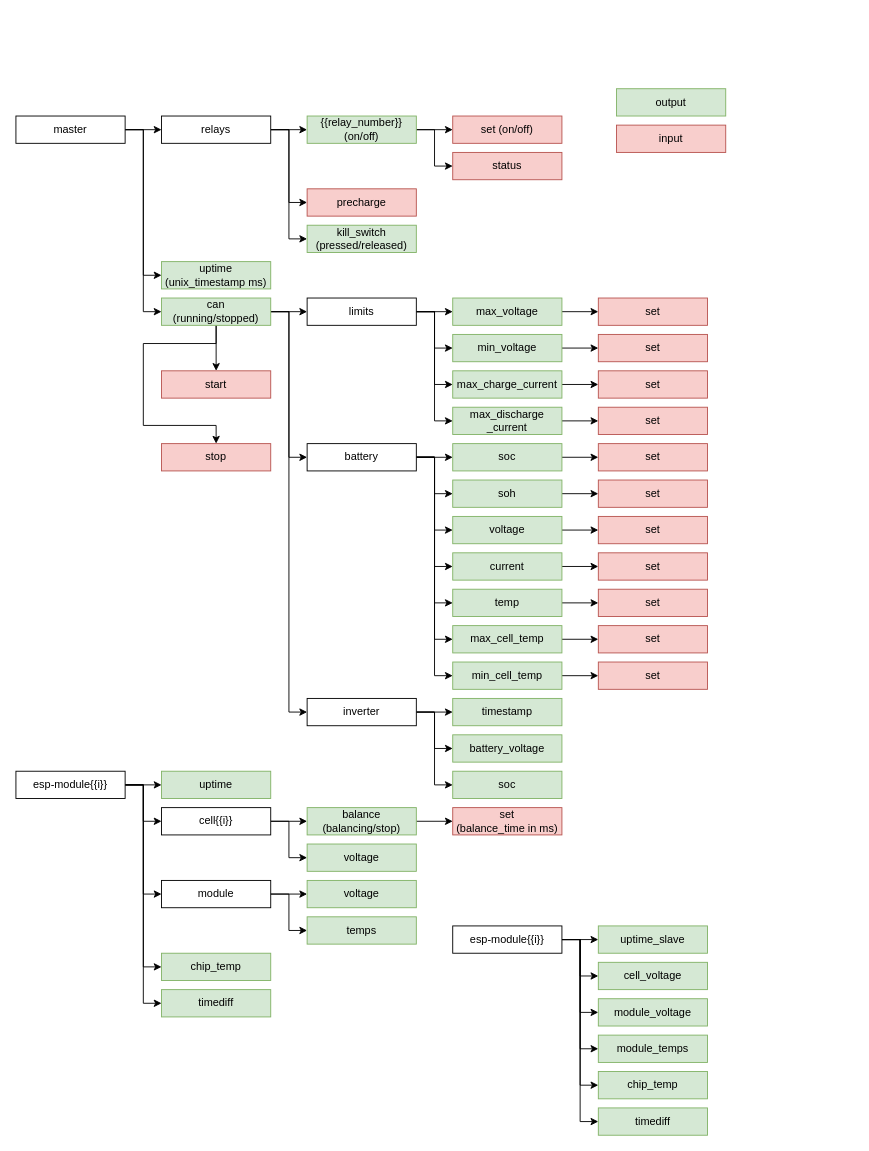
SunshadeCorp/EasyBMS-master keeps this draw.io diagram as mqtt_topics.drawio. Above is the earlier version. Source tidied: cells renumbered, new cells numbered last; positions are measured from the earlier drawing's top-left corner, leaving out a move shared by most shapes. Both pictures are drawn from the tidied source at 91%, with x=0, y=0 at pixel (15, 88).
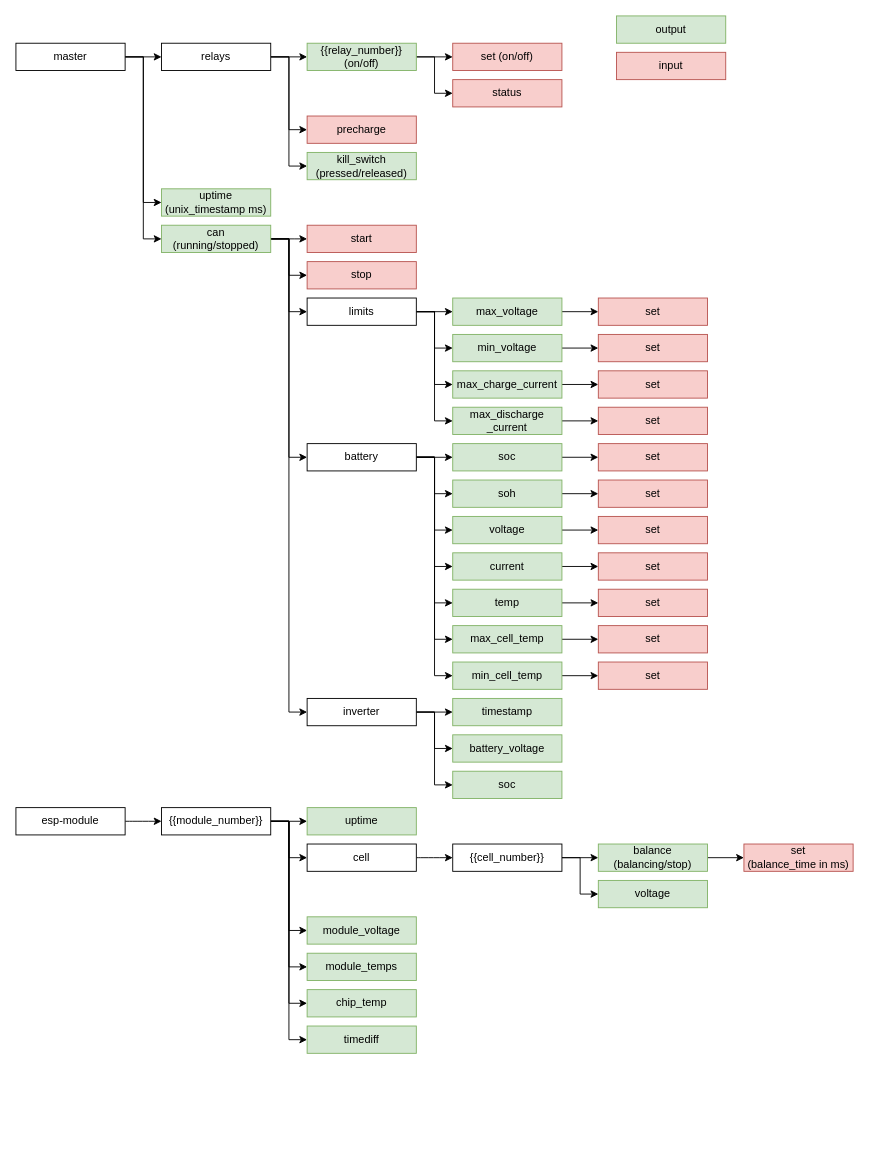
The same page after the edit.

Unchanged cells that the change refers to:
```xml
<mxCell id="57" value="limits" style="rounded=0;whiteSpace=wrap;html=1;" parent="1" vertex="1">
  <mxGeometry x="320" y="230" width="120" height="30" as="geometry" />
</mxCell>
```

What changed in the source:
```diff
@@
     <mxCell id="5" value="master" style="rounded=0;whiteSpace=wrap;html=1;" parent="1" vertex="1">
-      <mxGeometry y="30" width="120" height="30" as="geometry" />
+      <mxGeometry y="-50" width="120" height="30" as="geometry" />
     </mxCell>
@@
     <mxCell id="9" value="relays" style="rounded=0;whiteSpace=wrap;html=1;" parent="1" vertex="1">
-      <mxGeometry x="160" y="30" width="120" height="30" as="geometry" />
+      <mxGeometry x="160" y="-50" width="120" height="30" as="geometry" />
     </mxCell>
-    <mxCell id="10" style="edgeStyle=orthogonalEdgeStyle;rounded=0;jettySize=auto;html=1;exitX=1;exitY=0.5;exitDx=0;exitDy=0;" parent="1" edge="1" source="16" target="25">
-      <mxGeometry relative="1" as="geometry" />
-    </mxCell>
-    <mxCell id="11" style="edgeStyle=orthogonalEdgeStyle;rounded=0;jettySize=auto;html=1;exitX=1;exitY=0.5;exitDx=0;exitDy=0;entryX=0;entryY=0.5;entryDx=0;entryDy=0;" parent="1" edge="1" source="16" target="26">
-      <mxGeometry relative="1" as="geometry" />
-    </mxCell>
-    <mxCell id="12" style="edgeStyle=orthogonalEdgeStyle;rounded=0;jettySize=auto;html=1;exitX=1;exitY=0.5;exitDx=0;exitDy=0;entryX=0;entryY=0.5;entryDx=0;entryDy=0;" parent="1" edge="1" source="16" target="27">
-      <mxGeometry relative="1" as="geometry" />
-    </mxCell>
-    <mxCell id="13" style="edgeStyle=orthogonalEdgeStyle;rounded=0;jettySize=auto;html=1;exitX=1;exitY=0.5;exitDx=0;exitDy=0;entryX=0;entryY=0.5;entryDx=0;entryDy=0;" parent="1" edge="1" source="16" target="33">
-      <mxGeometry relative="1" as="geometry" />
-    </mxCell>
-    <mxCell id="14" style="edgeStyle=orthogonalEdgeStyle;rounded=0;jettySize=auto;html=1;exitX=1;exitY=0.5;exitDx=0;exitDy=0;entryX=0;entryY=0.5;entryDx=0;entryDy=0;" parent="1" edge="1" source="16" target="32">
-      <mxGeometry relative="1" as="geometry" />
-    </mxCell>
-    <mxCell id="15" style="edgeStyle=orthogonalEdgeStyle;rounded=0;jettySize=auto;html=1;exitX=1;exitY=0.5;exitDx=0;exitDy=0;entryX=0;entryY=0.5;entryDx=0;entryDy=0;" parent="1" edge="1" source="16" target="31">
-      <mxGeometry relative="1" as="geometry" />
-    </mxCell>
-    <mxCell id="16" value="esp-module{{i}}" style="rounded=0;whiteSpace=wrap;html=1;" parent="1" vertex="1">
-      <mxGeometry x="480" y="920" width="120" height="30" as="geometry" />
-    </mxCell>
     <mxCell id="17" value="status" style="rounded=0;whiteSpace=wrap;html=1;fillColor=#f8cecc;strokeColor=#b85450;" parent="1" vertex="1">
-      <mxGeometry x="480" y="70" width="120" height="30" as="geometry" />
+      <mxGeometry x="480" y="-10" width="120" height="30" as="geometry" />
     </mxCell>
     <mxCell id="18" value="precharge" style="rounded=0;whiteSpace=wrap;html=1;fillColor=#f8cecc;strokeColor=#b85450;" parent="1" vertex="1">
-      <mxGeometry x="320" y="110" width="120" height="30" as="geometry" />
+      <mxGeometry x="320" y="30" width="120" height="30" as="geometry" />
     </mxCell>
     <mxCell id="19" value="input" style="rounded=0;whiteSpace=wrap;html=1;fillColor=#f8cecc;strokeColor=#b85450;" parent="1" vertex="1">
-      <mxGeometry x="660" y="40" width="120" height="30" as="geometry" />
+      <mxGeometry x="660" y="-40" width="120" height="30" as="geometry" />
     </mxCell>
@@
     <mxCell id="22" value="{{relay_number}}&lt;br&gt;(on/off)" style="rounded=0;whiteSpace=wrap;html=1;fillColor=#d5e8d4;strokeColor=#82b366;" parent="1" vertex="1">
-      <mxGeometry x="320" y="30" width="120" height="30" as="geometry" />
+      <mxGeometry x="320" y="-50" width="120" height="30" as="geometry" />
     </mxCell>
     <mxCell id="23" value="set (on/off)" style="rounded=0;whiteSpace=wrap;html=1;fillColor=#f8cecc;strokeColor=#b85450;" parent="1" vertex="1">
-      <mxGeometry x="480" y="30" width="120" height="30" as="geometry" />
+      <mxGeometry x="480" y="-50" width="120" height="30" as="geometry" />
     </mxCell>
     <mxCell id="24" value="output" style="rounded=0;whiteSpace=wrap;html=1;fillColor=#d5e8d4;strokeColor=#82b366;" parent="1" vertex="1">
-      <mxGeometry x="660" width="120" height="30" as="geometry" />
+      <mxGeometry x="660" y="-80" width="120" height="30" as="geometry" />
     </mxCell>
-    <mxCell id="25" value="uptime_slave" style="rounded=0;whiteSpace=wrap;html=1;fillColor=#d5e8d4;strokeColor=#82b366;" parent="1" vertex="1">
-      <mxGeometry x="640" y="920" width="120" height="30" as="geometry" />
-    </mxCell>
-    <mxCell id="26" value="cell_voltage" style="rounded=0;whiteSpace=wrap;html=1;fillColor=#d5e8d4;strokeColor=#82b366;" parent="1" vertex="1">
-      <mxGeometry x="640" y="960" width="120" height="30" as="geometry" />
-    </mxCell>
-    <mxCell id="27" value="module_voltage" style="rounded=0;whiteSpace=wrap;html=1;fillColor=#d5e8d4;strokeColor=#82b366;" parent="1" vertex="1">
-      <mxGeometry x="640" y="1000" width="120" height="30" as="geometry" />
-    </mxCell>
-    <mxCell id="28" style="edgeStyle=orthogonalEdgeStyle;rounded=0;jettySize=auto;html=1;exitX=1;exitY=0.5;exitDx=0;exitDy=0;entryX=0;entryY=0.5;entryDx=0;entryDy=0;" parent="1" edge="1" source="29" target="43">
-      <mxGeometry relative="1" as="geometry" />
-    </mxCell>
-    <mxCell id="29" value="module" style="rounded=0;whiteSpace=wrap;html=1;" parent="1" vertex="1">
-      <mxGeometry x="160" y="870" width="120" height="30" as="geometry" />
-    </mxCell>
     <mxCell id="30" value="voltage" style="rounded=0;whiteSpace=wrap;html=1;fillColor=#d5e8d4;strokeColor=#82b366;" parent="1" vertex="1">
-      <mxGeometry x="320" y="830" width="120" height="30" as="geometry" />
+      <mxGeometry x="640" y="870" width="120" height="30" as="geometry" />
     </mxCell>
-    <mxCell id="31" value="timediff" style="rounded=0;whiteSpace=wrap;html=1;fillColor=#d5e8d4;strokeColor=#82b366;" parent="1" vertex="1">
-      <mxGeometry x="640" y="1120" width="120" height="30" as="geometry" />
-    </mxCell>
-    <mxCell id="32" value="chip_temp" style="rounded=0;whiteSpace=wrap;html=1;fillColor=#d5e8d4;strokeColor=#82b366;" parent="1" vertex="1">
-      <mxGeometry x="640" y="1080" width="120" height="30" as="geometry" />
-    </mxCell>
-    <mxCell id="33" value="module_temps" style="rounded=0;whiteSpace=wrap;html=1;fillColor=#d5e8d4;strokeColor=#82b366;" parent="1" vertex="1">
-      <mxGeometry x="640" y="1040" width="120" height="30" as="geometry" />
-    </mxCell>
     <mxCell id="34" value="uptime&lt;br&gt;(unix_timestamp ms)" style="rounded=0;whiteSpace=wrap;html=1;fillColor=#d5e8d4;strokeColor=#82b366;" parent="1" vertex="1">
-      <mxGeometry x="160" y="190" width="120" height="30" as="geometry" />
+      <mxGeometry x="160" y="110" width="120" height="30" as="geometry" />
     </mxCell>
@@
-    <mxCell id="36" style="edgeStyle=orthogonalEdgeStyle;rounded=0;jettySize=auto;html=1;exitX=1;exitY=0.5;exitDx=0;exitDy=0;entryX=0;entryY=0.5;entryDx=0;entryDy=0;" parent="1" edge="1" source="41" target="29">
+    <mxCell id="36" style="edgeStyle=orthogonalEdgeStyle;rounded=0;jettySize=auto;html=1;exitX=1;exitY=0.5;exitDx=0;exitDy=0;entryX=0;entryY=0.5;entryDx=0;entryDy=0;" parent="1" edge="1" source="41" target="43">
       <mxGeometry relative="1" as="geometry" />
     </mxCell>
-    <mxCell id="37" style="edgeStyle=orthogonalEdgeStyle;rounded=0;jettySize=auto;html=1;exitX=1;exitY=0.5;exitDx=0;exitDy=0;entryX=0;entryY=0.5;entryDx=0;entryDy=0;" parent="1" edge="1" source="29" target="46">
+    <mxCell id="37" style="edgeStyle=orthogonalEdgeStyle;rounded=0;jettySize=auto;html=1;exitX=1;exitY=0.5;exitDx=0;exitDy=0;entryX=0;entryY=0.5;entryDx=0;entryDy=0;" parent="1" edge="1" source="41" target="46">
       <mxGeometry relative="1" as="geometry" />
     </mxCell>
@@
-    <mxCell id="40" style="edgeStyle=orthogonalEdgeStyle;rounded=0;jettySize=auto;html=1;exitX=1;exitY=0.5;exitDx=0;exitDy=0;entryX=0;entryY=0.5;entryDx=0;entryDy=0;" parent="1" edge="1" source="41" target="108">
+    <mxCell id="40" style="edgeStyle=orthogonalEdgeStyle;rounded=0;jettySize=auto;html=1;exitX=1;exitY=0.5;exitDx=0;exitDy=0;entryX=0;entryY=0.5;entryDx=0;entryDy=0;" parent="1" edge="1" source="41" target="118">
       <mxGeometry relative="1" as="geometry" />
     </mxCell>
-    <mxCell id="41" value="esp-module{{i}}" style="rounded=0;whiteSpace=wrap;html=1;" parent="1" vertex="1">
-      <mxGeometry y="750" width="120" height="30" as="geometry" />
+    <mxCell id="41" value="{{module_number}}" style="rounded=0;whiteSpace=wrap;html=1;" parent="1" vertex="1">
+      <mxGeometry x="160" y="790" width="120" height="30" as="geometry" />
     </mxCell>
     <mxCell id="42" value="uptime" style="rounded=0;whiteSpace=wrap;html=1;fillColor=#d5e8d4;strokeColor=#82b366;" parent="1" vertex="1">
-      <mxGeometry x="160" y="750" width="120" height="30" as="geometry" />
+      <mxGeometry x="320" y="790" width="120" height="30" as="geometry" />
     </mxCell>
-    <mxCell id="43" value="voltage" style="rounded=0;whiteSpace=wrap;html=1;fillColor=#d5e8d4;strokeColor=#82b366;" parent="1" vertex="1">
-      <mxGeometry x="320" y="870" width="120" height="30" as="geometry" />
+    <mxCell id="43" value="module_voltage" style="rounded=0;whiteSpace=wrap;html=1;fillColor=#d5e8d4;strokeColor=#82b366;" parent="1" vertex="1">
+      <mxGeometry x="320" y="910" width="120" height="30" as="geometry" />
     </mxCell>
     <mxCell id="44" value="timediff" style="rounded=0;whiteSpace=wrap;html=1;fillColor=#d5e8d4;strokeColor=#82b366;" parent="1" vertex="1">
-      <mxGeometry x="160" y="990" width="120" height="30" as="geometry" />
+      <mxGeometry x="320" y="1030" width="120" height="30" as="geometry" />
     </mxCell>
     <mxCell id="45" value="chip_temp" style="rounded=0;whiteSpace=wrap;html=1;fillColor=#d5e8d4;strokeColor=#82b366;" parent="1" vertex="1">
-      <mxGeometry x="160" y="950" width="120" height="30" as="geometry" />
+      <mxGeometry x="320" y="990" width="120" height="30" as="geometry" />
     </mxCell>
-    <mxCell id="46" value="temps" style="rounded=0;whiteSpace=wrap;html=1;fillColor=#d5e8d4;strokeColor=#82b366;" parent="1" vertex="1">
-      <mxGeometry x="320" y="910" width="120" height="30" as="geometry" />
+    <mxCell id="46" value="module_temps" style="rounded=0;whiteSpace=wrap;html=1;fillColor=#d5e8d4;strokeColor=#82b366;" parent="1" vertex="1">
+      <mxGeometry x="320" y="950" width="120" height="30" as="geometry" />
     </mxCell>
-    <mxCell id="47" style="edgeStyle=orthogonalEdgeStyle;rounded=0;jettySize=auto;html=1;" parent="1" edge="1" source="52" target="57">
+    <mxCell id="47" style="edgeStyle=orthogonalEdgeStyle;rounded=0;jettySize=auto;html=1;entryX=0;entryY=0.5;entryDx=0;entryDy=0;" parent="1" edge="1" source="52" target="57">
       <mxGeometry relative="1" as="geometry" />
     </mxCell>
@@
-    <mxCell id="50" style="edgeStyle=orthogonalEdgeStyle;rounded=0;jettySize=auto;html=1;exitX=0.5;exitY=1;exitDx=0;exitDy=0;entryX=0.5;entryY=0;entryDx=0;entryDy=0;" parent="1" edge="1" source="52" target="112">
+    <mxCell id="50" style="edgeStyle=none;curved=1;rounded=0;jettySize=auto;html=1;exitX=1;exitY=0.5;exitDx=0;exitDy=0;entryX=0;entryY=0.5;entryDx=0;entryDy=0;endArrow=classic;" parent="1" edge="1" source="52" target="112">
       <mxGeometry relative="1" as="geometry" />
     </mxCell>
-    <mxCell id="51" style="edgeStyle=orthogonalEdgeStyle;rounded=0;jettySize=auto;html=1;exitX=0.5;exitY=1;exitDx=0;exitDy=0;entryX=0.5;entryY=0;entryDx=0;entryDy=0;" parent="1" edge="1" source="52" target="113">
-      <mxGeometry relative="1" as="geometry">
-        <Array as="points">
-          <mxPoint x="220" y="280" />
-          <mxPoint x="140" y="280" />
-          <mxPoint x="140" y="370" />
-          <mxPoint x="220" y="370" />
-        </Array>
-      </mxGeometry>
+    <mxCell id="51" style="edgeStyle=orthogonalEdgeStyle;rounded=0;jettySize=auto;html=1;exitX=1;exitY=0.5;exitDx=0;exitDy=0;entryX=0;entryY=0.5;entryDx=0;entryDy=0;endArrow=classic;" parent="1" edge="1" source="52" target="113">
+      <mxGeometry relative="1" as="geometry" />
     </mxCell>
     <mxCell id="52" value="can&lt;br&gt;(running/stopped)" style="rounded=0;whiteSpace=wrap;html=1;fillColor=#d5e8d4;strokeColor=#82b366;" parent="1" vertex="1">
-      <mxGeometry x="160" y="230" width="120" height="30" as="geometry" />
+      <mxGeometry x="160" y="150" width="120" height="30" as="geometry" />
     </mxCell>
@@
-    <mxCell id="108" value="cell{{i}}" style="rounded=0;whiteSpace=wrap;html=1;" parent="1" vertex="1">
-      <mxGeometry x="160" y="790" width="120" height="30" as="geometry" />
+    <mxCell id="108" value="{{cell_number}}" style="rounded=0;whiteSpace=wrap;html=1;" parent="1" vertex="1">
+      <mxGeometry x="480" y="830" width="120" height="30" as="geometry" />
     </mxCell>
@@
     <mxCell id="110" value="balance&lt;br&gt;(balancing/stop)" style="rounded=0;whiteSpace=wrap;html=1;fillColor=#d5e8d4;strokeColor=#82b366;" parent="1" vertex="1">
-      <mxGeometry x="320" y="790" width="120" height="30" as="geometry" />
+      <mxGeometry x="640" y="830" width="120" height="30" as="geometry" />
     </mxCell>
     <mxCell id="111" value="set&lt;br&gt;(balance_time in ms)" style="rounded=0;whiteSpace=wrap;html=1;fillColor=#f8cecc;strokeColor=#b85450;" parent="1" vertex="1">
-      <mxGeometry x="480" y="790" width="120" height="30" as="geometry" />
+      <mxGeometry x="800" y="830" width="120" height="30" as="geometry" />
     </mxCell>
     <mxCell id="112" value="start" style="rounded=0;whiteSpace=wrap;html=1;fillColor=#f8cecc;strokeColor=#b85450;" parent="1" vertex="1">
-      <mxGeometry x="160" y="310" width="120" height="30" as="geometry" />
+      <mxGeometry x="320" y="150" width="120" height="30" as="geometry" />
     </mxCell>
     <mxCell id="113" value="stop" style="rounded=0;whiteSpace=wrap;html=1;fillColor=#f8cecc;strokeColor=#b85450;" parent="1" vertex="1">
-      <mxGeometry x="160" y="390" width="120" height="30" as="geometry" />
+      <mxGeometry x="320" y="190" width="120" height="30" as="geometry" />
     </mxCell>
     <mxCell id="114" value="kill_switch&lt;br&gt;(pressed/released)" style="rounded=0;whiteSpace=wrap;html=1;fillColor=#d5e8d4;strokeColor=#82b366;" parent="1" vertex="1">
-      <mxGeometry x="320" y="150" width="120" height="30" as="geometry" />
+      <mxGeometry x="320" y="70" width="120" height="30" as="geometry" />
     </mxCell>
+    <mxCell id="115" style="edgeStyle=none;curved=1;rounded=0;jettySize=auto;html=1;exitX=1;exitY=0.5;exitDx=0;exitDy=0;entryX=0;entryY=0.5;entryDx=0;entryDy=0;endArrow=classic;" parent="1" edge="1" source="116" target="41">
+      <mxGeometry relative="1" as="geometry" />
+    </mxCell>
+    <mxCell id="116" value="esp-module" style="rounded=0;whiteSpace=wrap;html=1;" parent="1" vertex="1">
+      <mxGeometry y="790" width="120" height="30" as="geometry" />
+    </mxCell>
+    <mxCell id="117" style="edgeStyle=none;curved=1;rounded=0;jettySize=auto;html=1;exitX=1;exitY=0.5;exitDx=0;exitDy=0;entryX=0;entryY=0.5;entryDx=0;entryDy=0;endArrow=classic;" parent="1" edge="1" source="118" target="108">
+      <mxGeometry relative="1" as="geometry" />
+    </mxCell>
+    <mxCell id="118" value="cell" style="rounded=0;whiteSpace=wrap;html=1;" parent="1" vertex="1">
+      <mxGeometry x="320" y="830" width="120" height="30" as="geometry" />
+    </mxCell>
```
